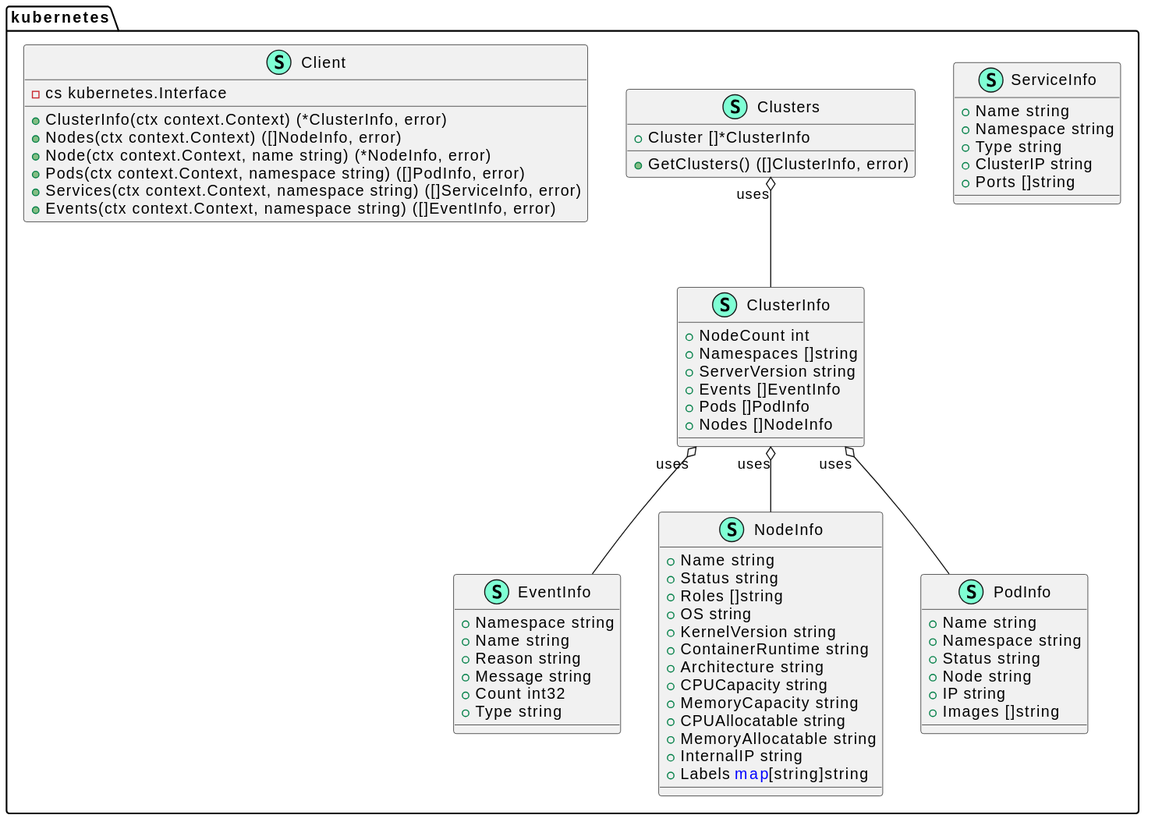
Earlier version of the PlantUML export docs/svg/kubernetes.svg (motangpuar/o2-ims-worker).
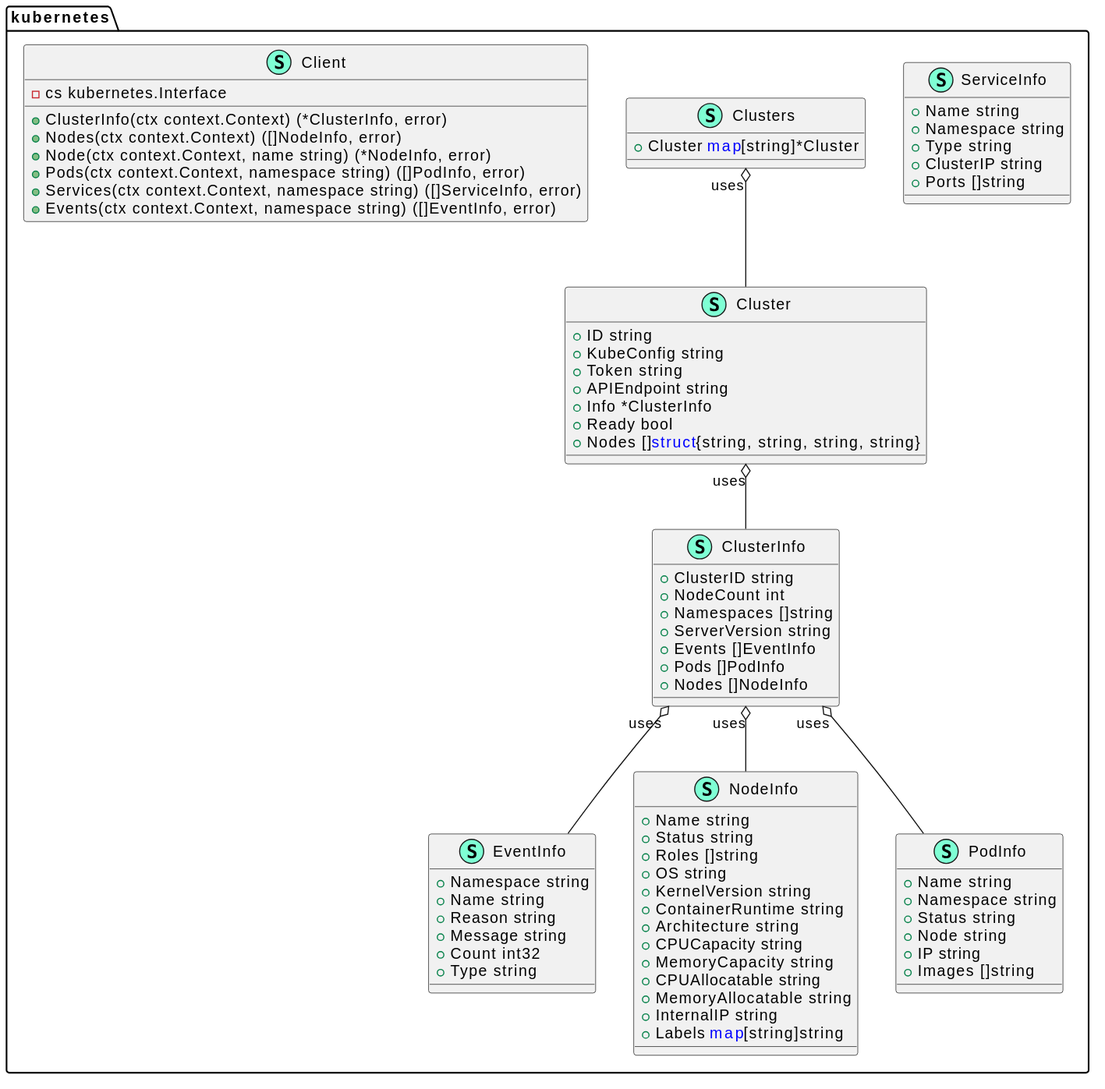
After the commit.

What changed in the source:
```diff
@@ -12,7 +12,18 @@
         + Events(ctx context.Context, namespace string) ([]EventInfo, error)
 
     }
+    class "Cluster" << (S,Aquamarine) >> {
+        + ID string
+        + KubeConfig string
+        + Token string
+        + APIEndpoint string
+        + Info *ClusterInfo
+        + Ready bool
+        + Nodes []<font color=blue>struct</font>{string, string, string, string}
+
+    }
     class "ClusterInfo" << (S,Aquamarine) >> {
+        + ClusterID string
         + NodeCount int
         + Namespaces []string
         + ServerVersion string
@@ -22,9 +33,7 @@
 
     }
     class "Clusters" << (S,Aquamarine) >> {
-        + Cluster []*ClusterInfo
-
-        + GetClusters() ([]ClusterInfo, error)
+        + Cluster <font color=blue>map</font>[string]*Cluster
 
     }
     class "EventInfo" << (S,Aquamarine) >> {
@@ -72,8 +81,9 @@
 }
 
 
+"kubernetes.Cluster""uses" o-- "kubernetes.ClusterInfo"
 "kubernetes.ClusterInfo""uses" o-- "kubernetes.EventInfo"
 "kubernetes.ClusterInfo""uses" o-- "kubernetes.NodeInfo"
 "kubernetes.ClusterInfo""uses" o-- "kubernetes.PodInfo"
-"kubernetes.Clusters""uses" o-- "kubernetes.ClusterInfo"
+"kubernetes.Clusters""uses" o-- "kubernetes.Cluster"
 @enduml
```
